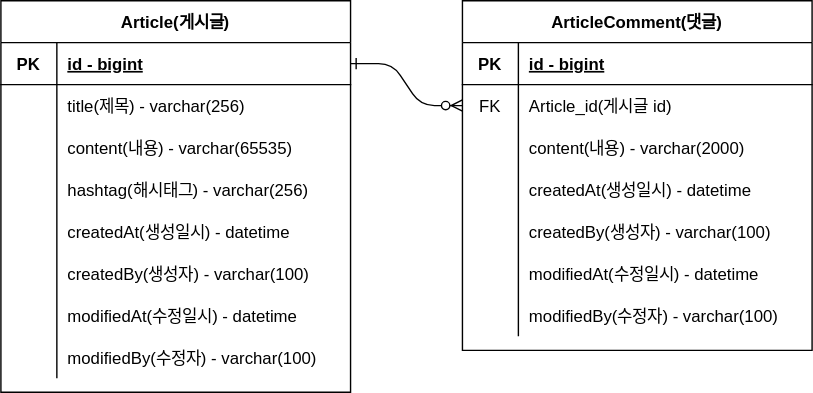
Above: project_board_erd.svg in leospurs/my-project-board (draw.io), before the change. Source tidied: cells renumbered, new cells last; positions are measured from the earlier drawing's top-left corner, leaving out a move shared by most shapes.
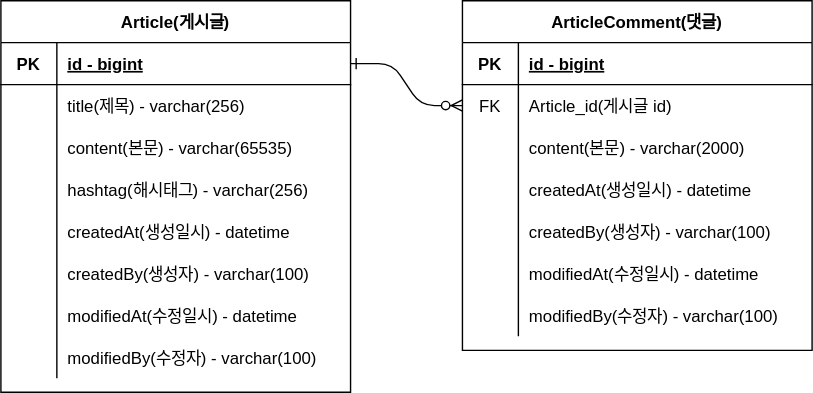
After the change.

Commit message:
#6 - erd 칼럼 업데이트.svg

Diff of the diagram source:
```diff
@@ -34,7 +34,7 @@
     <mxCell id="11" style="shape=partialRectangle;overflow=hidden;fillColor=none;top=0;left=0;bottom=0;right=0;" parent="10" vertex="1">
       <mxGeometry width="40" height="30" as="geometry" />
     </mxCell>
-    <mxCell id="12" value="content(내용) - varchar(65535)" style="shape=partialRectangle;overflow=hidden;fillColor=none;top=0;left=0;bottom=0;right=0;align=left;spacingLeft=6;" parent="10" vertex="1">
+    <mxCell id="12" value="content(본문) - varchar(65535)" style="shape=partialRectangle;overflow=hidden;fillColor=none;top=0;left=0;bottom=0;right=0;align=left;spacingLeft=6;" parent="10" vertex="1">
       <mxGeometry x="40" width="210" height="30" as="geometry" />
     </mxCell>
     <mxCell id="13" style="shape=partialRectangle;fillColor=none;top=0;left=0;right=0;bottom=0;" parent="3" vertex="1">
@@ -109,7 +109,7 @@
     <mxCell id="36" style="shape=partialRectangle;overflow=hidden;fillColor=none;top=0;left=0;bottom=0;right=0;" parent="35" vertex="1">
       <mxGeometry width="40" height="30" as="geometry" />
     </mxCell>
-    <mxCell id="37" value="content(내용) - varchar(2000)" style="shape=partialRectangle;overflow=hidden;fillColor=none;top=0;left=0;bottom=0;right=0;align=left;spacingLeft=6;" parent="35" vertex="1">
+    <mxCell id="37" value="content(본문) - varchar(2000)" style="shape=partialRectangle;overflow=hidden;fillColor=none;top=0;left=0;bottom=0;right=0;align=left;spacingLeft=6;" parent="35" vertex="1">
       <mxGeometry x="40" width="210" height="30" as="geometry" />
     </mxCell>
     <mxCell id="38" style="shape=partialRectangle;fillColor=none;top=0;left=0;right=0;bottom=0;" parent="28" vertex="1">
```
